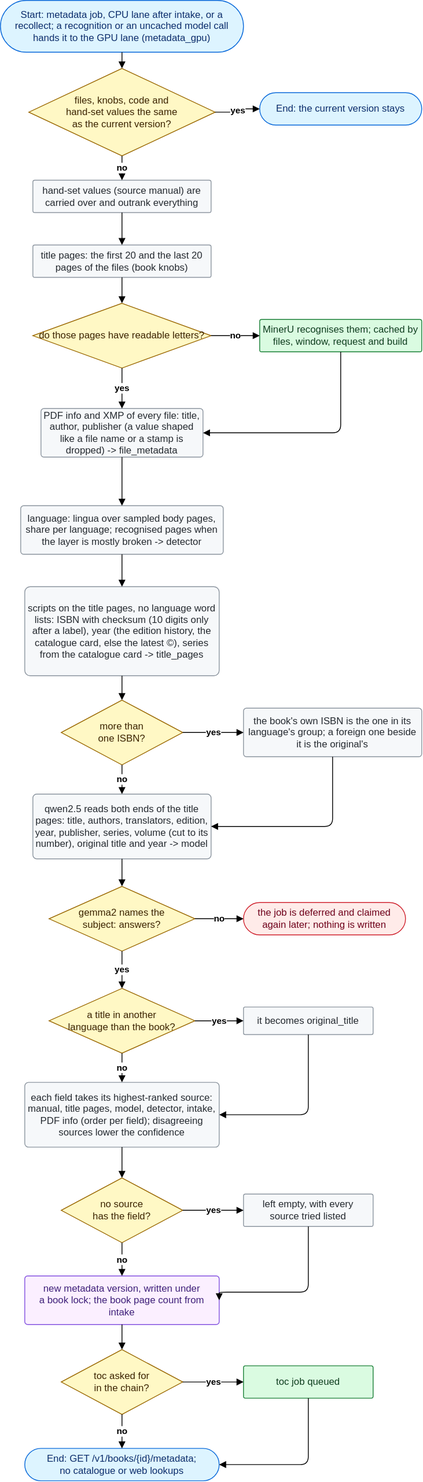
rikitikitav1/ocr-lab keeps this draw.io diagram as docs/diagrams/metadata.drawio.svg. Above is the earlier version. Source tidied: cells renumbered, new cells last; positions are measured from the earlier drawing's top-left corner, leaving out a move shared by most shapes.
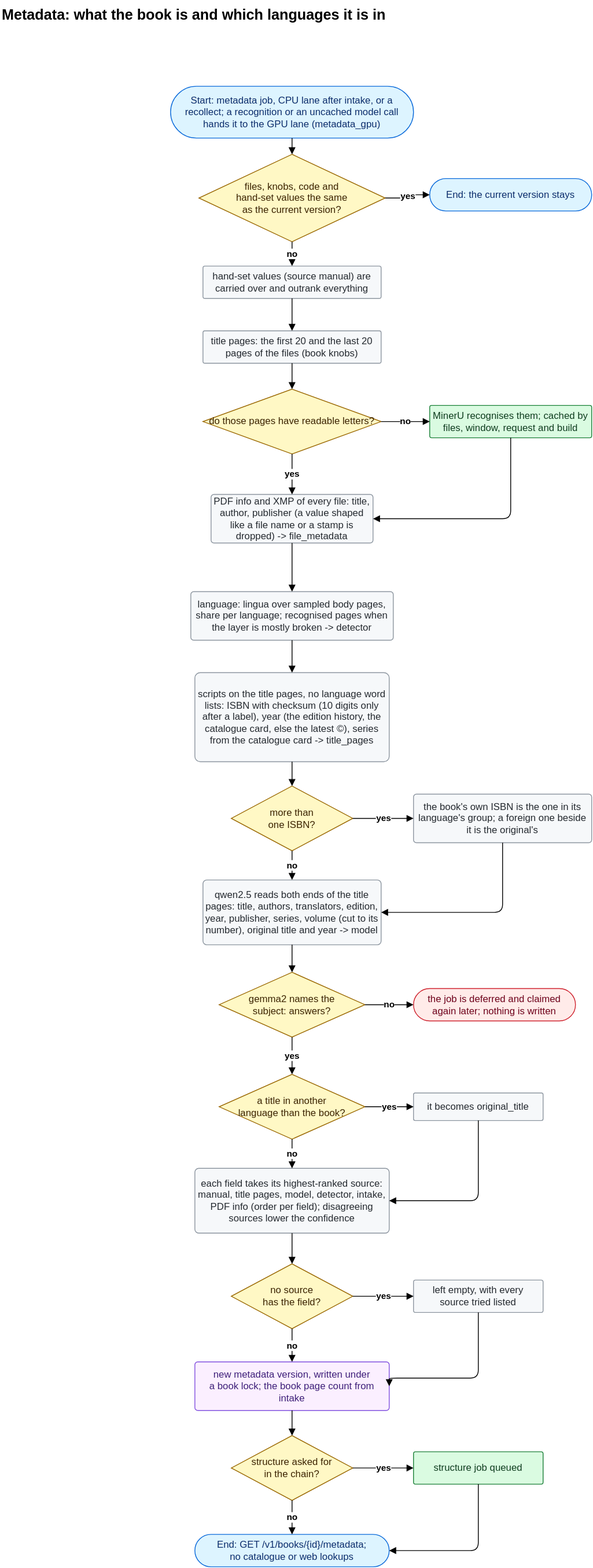
Above is the later version.

The edit, as a diff of the source:
```diff
@@ -2,6 +2,9 @@
   <root>
     <mxCell id="0" />
     <mxCell id="1" parent="0" />
+    <mxCell id="54" value="Metadata: what the book is and which languages it is in" style="text;html=0;fontSize=18;fontStyle=1;align=left;" parent="1" vertex="1">
+      <mxGeometry x="-210" y="-106" width="700" height="30" as="geometry" />
+    </mxCell>
     <mxCell id="2" value="Start: metadata job, CPU lane after intake, or a recollect; a recognition or an uncached model call hands it to the GPU lane (metadata_gpu)" style="html=1;whiteSpace=wrap;fontSize=12;fillColor=light-dark(#DDF4FF,#132339);strokeColor=light-dark(#0969DA,#4493F8);fontColor=light-dark(#0C2D6B,#C6E6FF);rounded=1;arcSize=50;" parent="1" vertex="1">
       <mxGeometry width="300" height="64" as="geometry" />
     </mxCell>
@@ -65,10 +68,10 @@
     <mxCell id="22" value="new metadata version, written under&lt;br&gt;a book lock; the book page count from intake" style="html=1;whiteSpace=wrap;fontSize=12;fillColor=light-dark(#FBEFFF,#221A33);strokeColor=light-dark(#8250DF,#A371F7);fontColor=light-dark(#3E1F79,#E2C5FF);rounded=1;arcSize=6;" parent="1" vertex="1">
       <mxGeometry x="30" y="1575" width="240" height="60" as="geometry" />
     </mxCell>
-    <mxCell id="23" value="toc asked for&lt;br&gt;in the chain?" style="html=1;whiteSpace=wrap;fontSize=12;fillColor=light-dark(#FFF8C5,#272115);strokeColor=light-dark(#9A6700,#BB8009);fontColor=light-dark(#3B2300,#F8E3A1);rhombus;" parent="1" vertex="1">
+    <mxCell id="23" value="structure asked for&lt;br&gt;in the chain?" style="html=1;whiteSpace=wrap;fontSize=12;fillColor=light-dark(#FFF8C5,#272115);strokeColor=light-dark(#9A6700,#BB8009);fontColor=light-dark(#3B2300,#F8E3A1);rhombus;" parent="1" vertex="1">
       <mxGeometry x="75" y="1666" width="150" height="80" as="geometry" />
     </mxCell>
-    <mxCell id="24" value="toc job queued" style="html=1;whiteSpace=wrap;fontSize=12;fillColor=light-dark(#DAFBE1,#12261E);strokeColor=light-dark(#1A7F37,#3FB950);fontColor=light-dark(#0F3D1F,#AFF5B4);rounded=1;arcSize=6;" parent="1" vertex="1">
+    <mxCell id="24" value="structure job queued" style="html=1;whiteSpace=wrap;fontSize=12;fillColor=light-dark(#DAFBE1,#12261E);strokeColor=light-dark(#1A7F37,#3FB950);fontColor=light-dark(#0F3D1F,#AFF5B4);rounded=1;arcSize=6;" parent="1" vertex="1">
       <mxGeometry x="300" y="1686" width="160" height="40" as="geometry" />
     </mxCell>
     <mxCell id="25" value="End: GET /v1/books/{id}/metadata;&lt;br&gt;no catalogue or web lookups" style="html=1;whiteSpace=wrap;fontSize=12;fillColor=light-dark(#DDF4FF,#132339);strokeColor=light-dark(#0969DA,#4493F8);fontColor=light-dark(#0C2D6B,#C6E6FF);rounded=1;arcSize=50;" parent="1" vertex="1">
```
